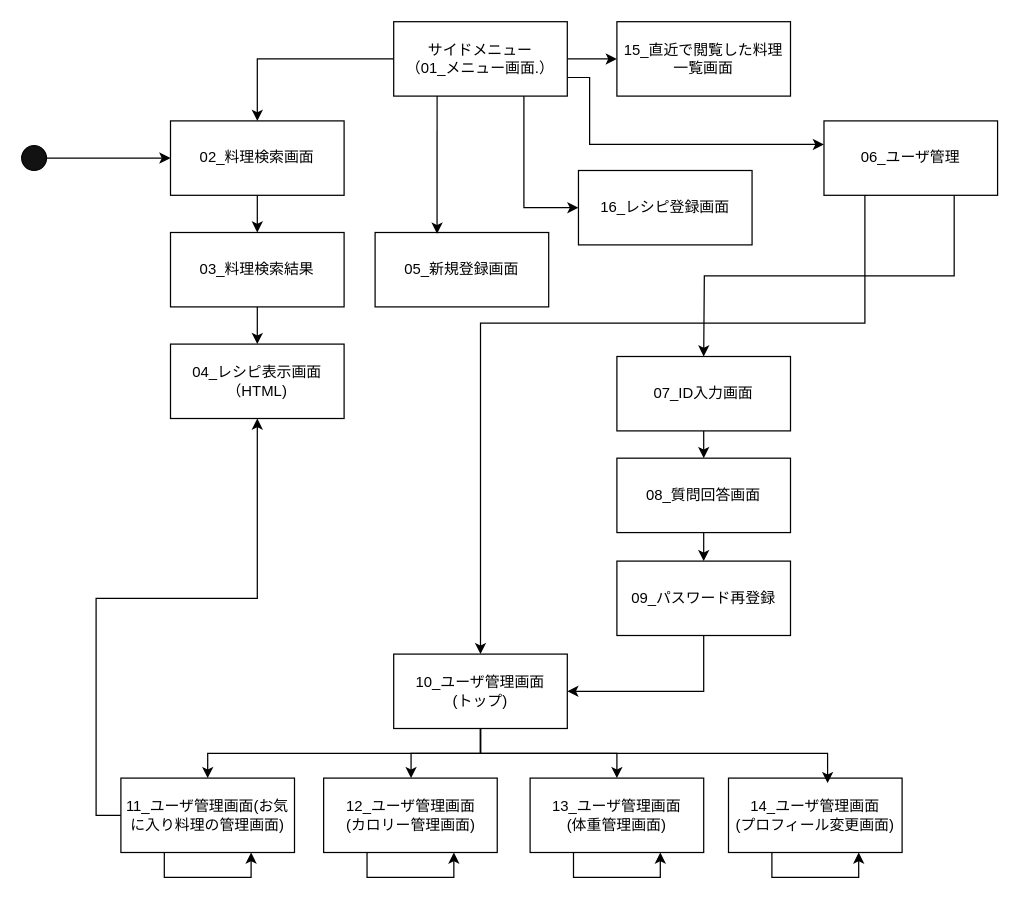
The draw.io diagram 画面設計/jashin_cas.drawio in Fukuta-Y/Jashin_CAS_doc, before the edit. Source tidied: cells renumbered, new cells numbered last; positions are measured from the earlier drawing's top-left corner, leaving out a move shared by most shapes. Both pictures are drawn from the tidied source at 124%, with x=0, y=0 at pixel (21, 21).
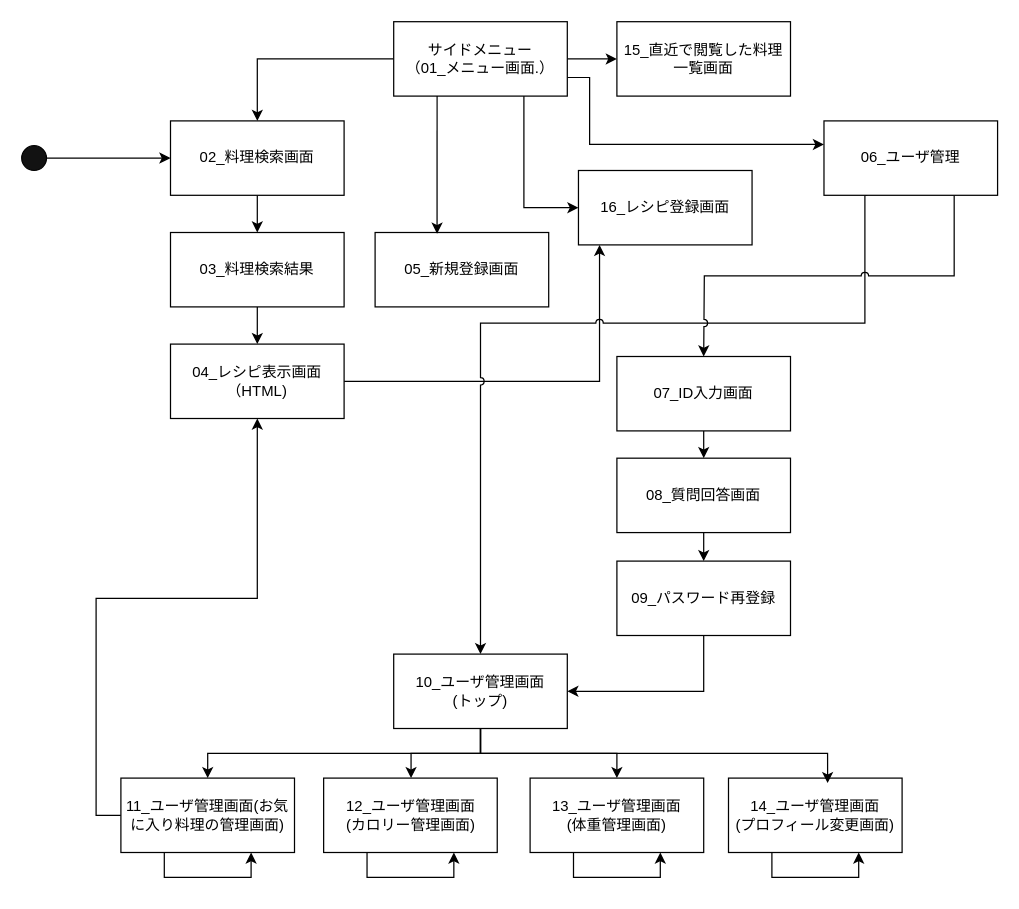
After the change.

The change refers to these unchanged cells:
```xml
<mxCell id="11" value="04_レシピ表示画面（HTML)" style="rounded=0;whiteSpace=wrap;html=1;" parent="1" vertex="1">
  <mxGeometry x="120" y="260" width="140" height="60" as="geometry" />
</mxCell>
<mxCell id="15" value="06_ユーザ管理" style="rounded=0;whiteSpace=wrap;html=1;" parent="1" vertex="1">
  <mxGeometry x="647" y="80" width="140" height="60" as="geometry" />
</mxCell>
<mxCell id="25" value="10_ユーザ管理画面&lt;div&gt;(トップ)&lt;/div&gt;" style="rounded=0;whiteSpace=wrap;html=1;" parent="1" vertex="1">
  <mxGeometry x="300" y="510" width="140" height="60" as="geometry" />
</mxCell>
<mxCell id="39" value="16_レシピ登録画面" style="rounded=0;whiteSpace=wrap;html=1;" parent="1" vertex="1">
  <mxGeometry x="449" y="120" width="140" height="60" as="geometry" />
</mxCell>
```

Diff of the diagram source:
```diff
@@
+    <mxCell id="41" style="edgeStyle=orthogonalEdgeStyle;rounded=0;jettySize=auto;html=1;exitX=1;exitY=0.5;exitDx=0;exitDy=0;jumpStyle=arc;" parent="1" edge="1" source="11" target="39">
+      <mxGeometry relative="1" as="geometry">
+        <Array as="points">
+          <mxPoint x="466" y="290" />
+        </Array>
+      </mxGeometry>
+    </mxCell>
@@
-    <mxCell id="13" style="edgeStyle=orthogonalEdgeStyle;rounded=0;jettySize=auto;html=1;entryX=0.5;entryY=0;entryDx=0;entryDy=0;exitX=0.25;exitY=1;exitDx=0;exitDy=0;" parent="1" edge="1" source="15" target="25">
+    <mxCell id="13" style="edgeStyle=orthogonalEdgeStyle;rounded=0;jettySize=auto;html=1;entryX=0.5;entryY=0;entryDx=0;entryDy=0;exitX=0.25;exitY=1;exitDx=0;exitDy=0;jumpStyle=arc;" parent="1" edge="1" source="15" target="25">
       <mxGeometry relative="1" as="geometry">
         <Array as="points">
           <mxPoint x="680" y="140" />
           <mxPoint x="680" y="243" />
           <mxPoint x="370" y="243" />
         </Array>
       </mxGeometry>
     </mxCell>
-    <mxCell id="14" style="edgeStyle=orthogonalEdgeStyle;rounded=0;jettySize=auto;html=1;exitX=0.75;exitY=1;exitDx=0;exitDy=0;" parent="1" edge="1" source="15">
+    <mxCell id="14" style="edgeStyle=orthogonalEdgeStyle;rounded=0;jettySize=auto;html=1;exitX=0.75;exitY=1;exitDx=0;exitDy=0;jumpStyle=arc;" parent="1" edge="1" source="15">
       <mxGeometry relative="1" as="geometry">
         <mxPoint x="550" y="270" as="targetPoint" />
       </mxGeometry>
     </mxCell>
```
